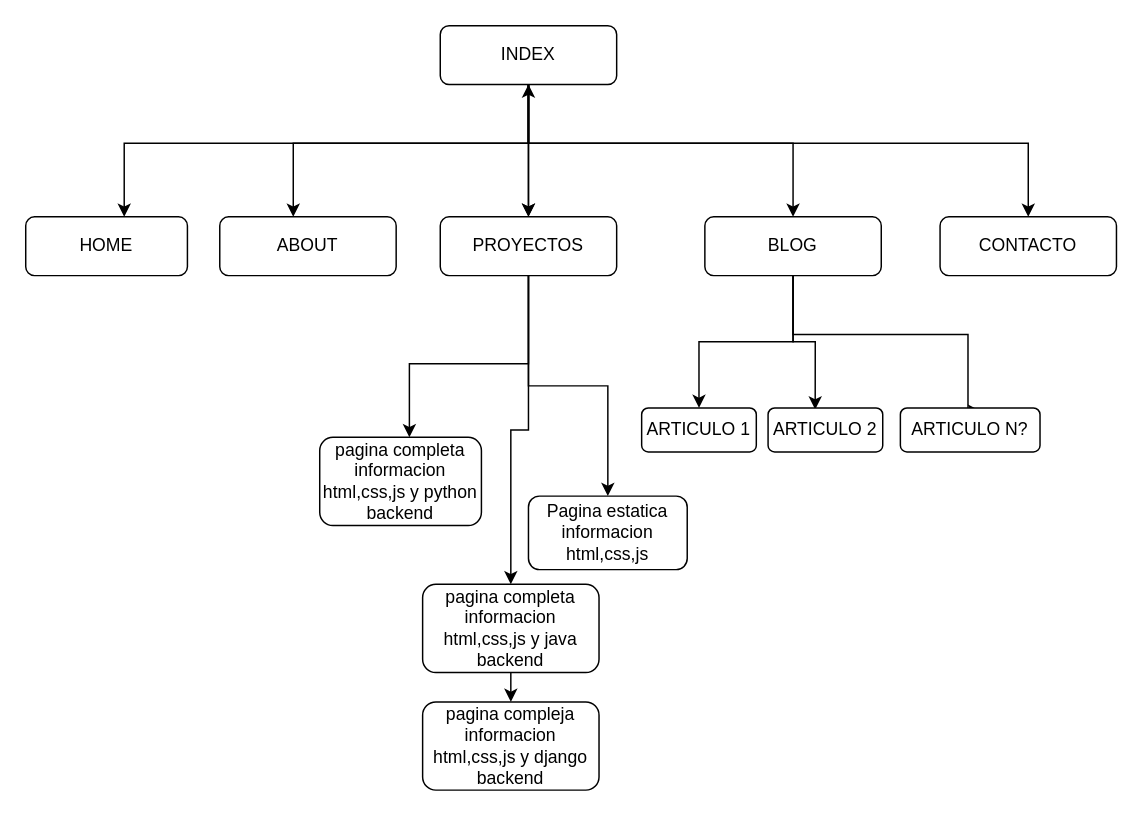
jesusacb25/PAGINA_WEB keeps this draw.io diagram as page "Página-1" (1 of 2) of Diagrama sin título.drawio. Above is the earlier version. Source tidied: cells renumbered, new cells numbered last; positions are measured from the earlier drawing's top-left corner, leaving out a move shared by most shapes. Both pictures are drawn from the tidied source at 147%, with x=0, y=0 at pixel (25, 25).
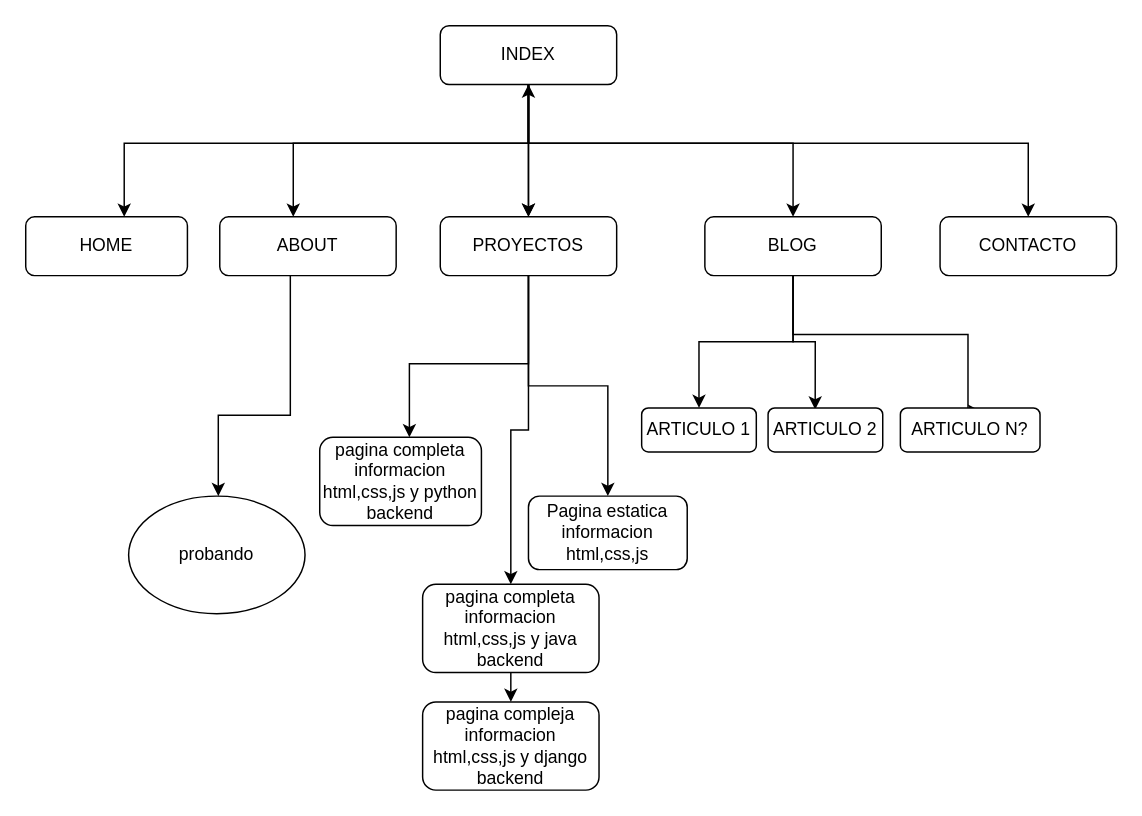
Above is the later version.

The change refers to these unchanged cells:
```xml
<mxCell id="12" value="ABOUT" style="whiteSpace=wrap;html=1;rounded=1;" parent="1" vertex="1">
  <mxGeometry x="132" y="130" width="120" height="40" as="geometry" />
</mxCell>
```

The edit, as a diff of the source:
```diff
@@
+    <mxCell id="29" style="edgeStyle=orthogonalEdgeStyle;rounded=0;jettySize=auto;html=1;" parent="1" edge="1" source="12" target="30">
+      <mxGeometry relative="1" as="geometry">
+        <Array as="points">
+          <mxPoint x="180" y="265" />
+          <mxPoint x="131" y="265" />
+        </Array>
+      </mxGeometry>
+    </mxCell>
@@
+    <mxCell id="30" value="probando&lt;br&gt;" style="ellipse;whiteSpace=wrap;html=1;" parent="1" vertex="1">
+      <mxGeometry x="70" y="320" width="120" height="80" as="geometry" />
+    </mxCell>
```
